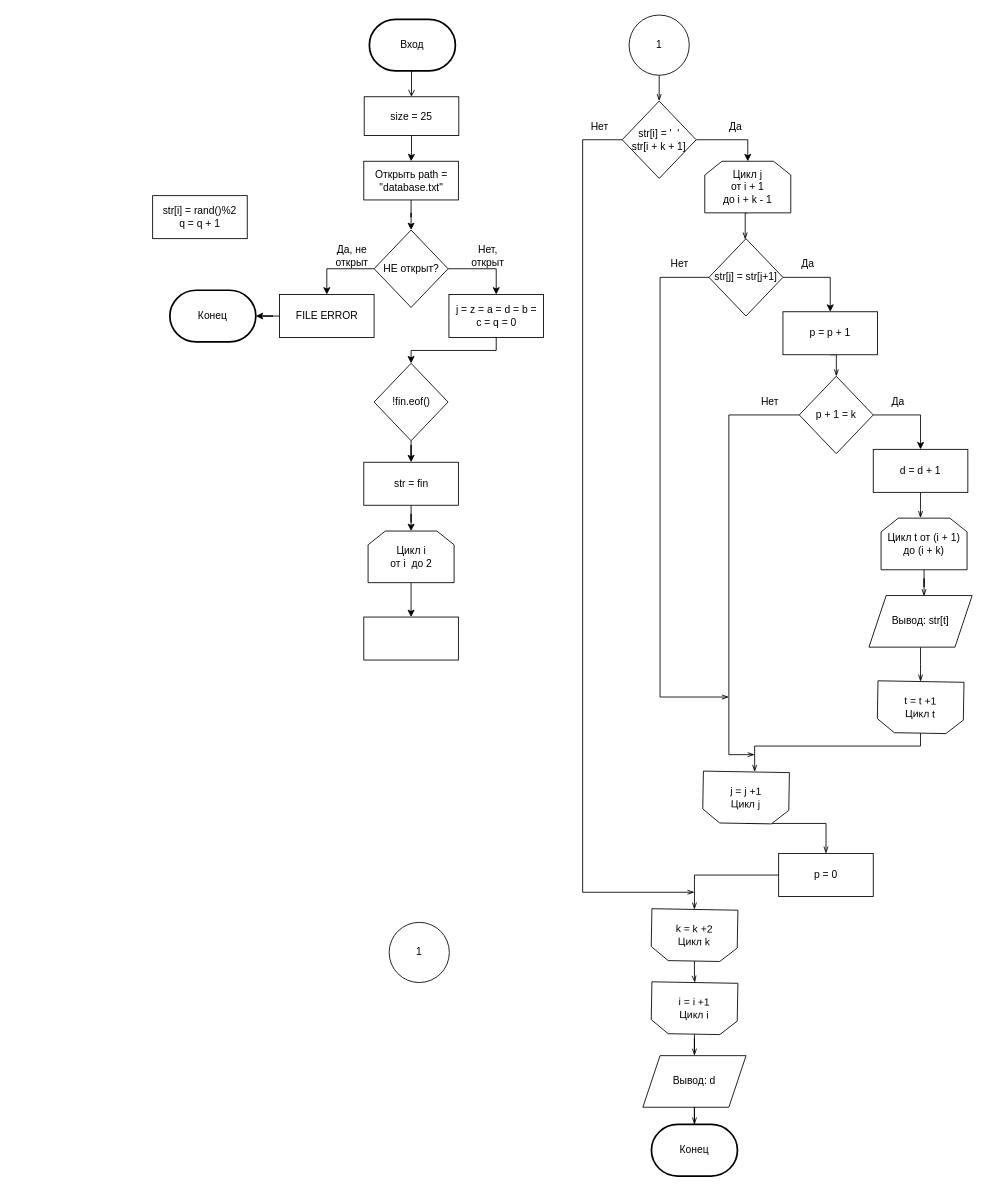
This is laba7.drawio from ArgumenTiKi/labs, a draw.io file, before an edit. Source tidied: cells renumbered, new cells numbered last; positions are measured from the earlier drawing's top-left corner, leaving out a move shared by most shapes. Both pictures are drawn from the tidied source at 86%, with x=0, y=0 at pixel (152, 15).
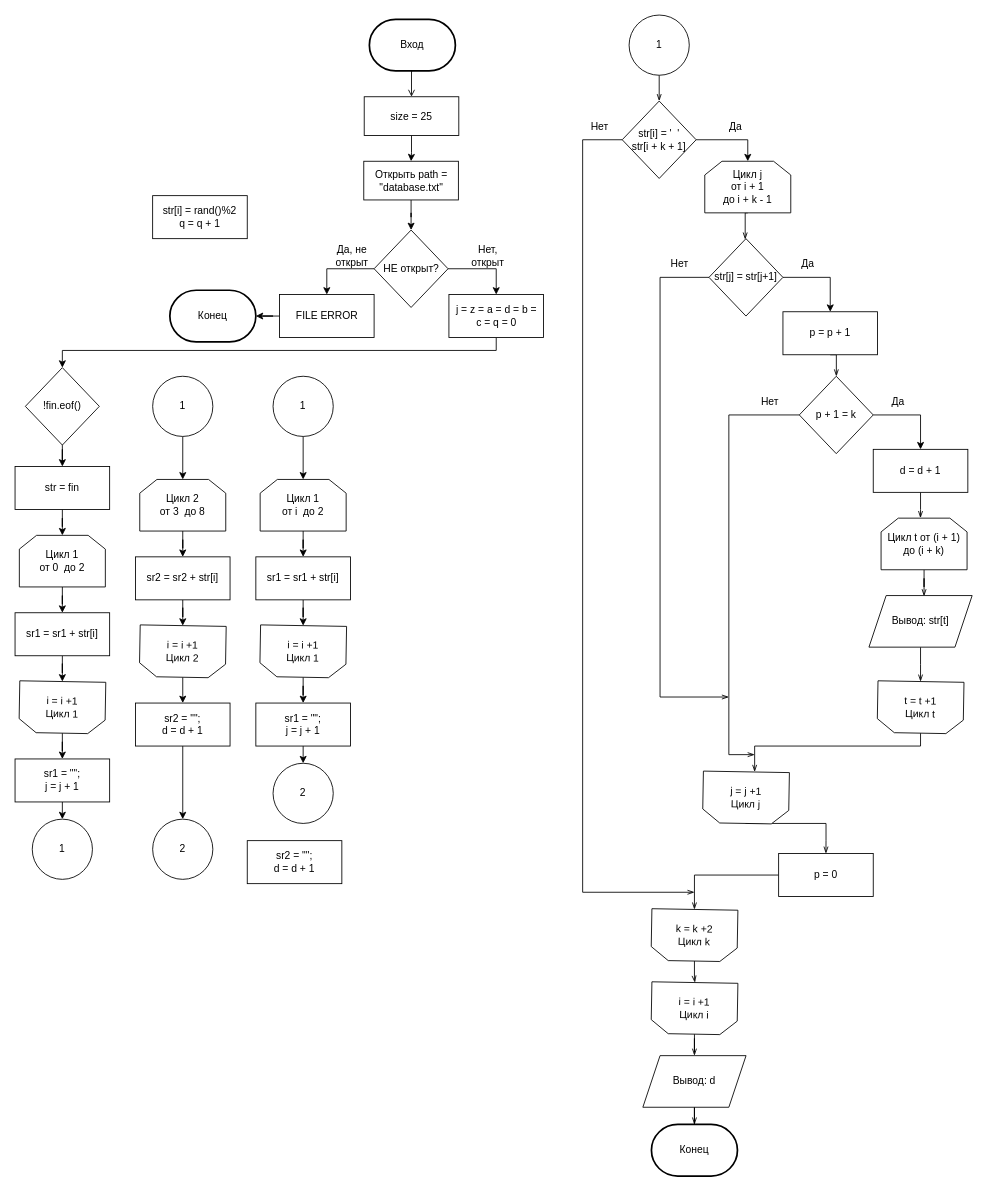
Above is the later version.

The change refers to these unchanged cells:
```xml
<mxCell id="52" value="j = z = a = d = b = &lt;br&gt;c = q = 0" style="rounded=0;whiteSpace=wrap;html=1;" parent="1" vertex="1">
  <mxGeometry x="344.5" y="325" width="110" height="50" as="geometry" />
</mxCell>
```

What changed in the source:
```diff
@@
+    <mxCell id="71" style="edgeStyle=orthogonalEdgeStyle;rounded=0;jettySize=auto;html=1;" parent="1" edge="1" source="5" target="78">
+      <mxGeometry relative="1" as="geometry" />
+    </mxCell>
     <mxCell id="5" value="1" style="ellipse;whiteSpace=wrap;html=1;" parent="1" vertex="1">
-      <mxGeometry x="275" y="1055" width="70" height="70" as="geometry" />
+      <mxGeometry y="420" width="70" height="70" as="geometry" />
     </mxCell>
@@
     <mxCell id="51" style="edgeStyle=orthogonalEdgeStyle;rounded=0;jettySize=auto;html=1;entryX=0;entryY=0.5;entryDx=0;entryDy=0;" parent="1" edge="1" source="52" target="65">
       <mxGeometry relative="1" as="geometry">
         <Array as="points">
           <mxPoint x="400" y="390" />
-          <mxPoint x="300" y="390" />
+          <mxPoint x="-105" y="390" />
         </Array>
       </mxGeometry>
     </mxCell>
@@
     <mxCell id="65" value="!fin.eof()" style="rhombus;whiteSpace=wrap;html=1;direction=south;" parent="1" vertex="1">
-      <mxGeometry x="257.5" y="405" width="86" height="90" as="geometry" />
+      <mxGeometry x="-148" y="410" width="86" height="90" as="geometry" />
     </mxCell>
@@
     <mxCell id="67" value="str = fin" style="rounded=0;whiteSpace=wrap;html=1;" parent="1" vertex="1">
-      <mxGeometry x="245.5" y="520" width="110" height="50" as="geometry" />
+      <mxGeometry x="-160" y="525" width="110" height="50" as="geometry" />
     </mxCell>
@@
-    <mxCell id="69" value="Цикл i&lt;br&gt;от i&amp;nbsp; до 2" style="shape=loopLimit;whiteSpace=wrap;html=1;" parent="1" vertex="1">
-      <mxGeometry x="250.5" y="600" width="100" height="60" as="geometry" />
+    <mxCell id="69" value="Цикл 1&lt;br&gt;от 0&amp;nbsp; до 2" style="shape=loopLimit;whiteSpace=wrap;html=1;" parent="1" vertex="1">
+      <mxGeometry x="-155" y="605" width="100" height="60" as="geometry" />
     </mxCell>
+    <mxCell id="72" style="edgeStyle=orthogonalEdgeStyle;rounded=0;jettySize=auto;html=1;" parent="1" edge="1" source="70" target="74">
+      <mxGeometry relative="1" as="geometry" />
+    </mxCell>
-    <mxCell id="70" style="rounded=0;whiteSpace=wrap;html=1;" parent="1" vertex="1">
-      <mxGeometry x="245.5" y="700" width="110" height="50" as="geometry" />
+    <mxCell id="70" value="sr1 = sr1 + str[i]" style="rounded=0;whiteSpace=wrap;html=1;" parent="1" vertex="1">
+      <mxGeometry x="-160" y="695" width="110" height="50" as="geometry" />
     </mxCell>
+    <mxCell id="73" style="edgeStyle=orthogonalEdgeStyle;rounded=0;jettySize=auto;html=1;" parent="1" edge="1" source="74" target="76">
+      <mxGeometry relative="1" as="geometry" />
+    </mxCell>
+    <mxCell id="74" value="i = i +1&lt;br&gt;Цикл 1" style="shape=loopLimit;whiteSpace=wrap;html=1;rotation=1;flipV=1;" parent="1" vertex="1">
+      <mxGeometry x="-155" y="775" width="100" height="60" as="geometry" />
+    </mxCell>
+    <mxCell id="75" style="edgeStyle=orthogonalEdgeStyle;rounded=0;jettySize=auto;html=1;exitX=0.5;exitY=1;exitDx=0;exitDy=0;entryX=0.5;entryY=0;entryDx=0;entryDy=0;" parent="1" edge="1" source="76" target="85">
+      <mxGeometry relative="1" as="geometry" />
+    </mxCell>
+    <mxCell id="76" value="sr1 = &quot;&quot;;&lt;br&gt;j = j + 1" style="rounded=0;whiteSpace=wrap;html=1;" parent="1" vertex="1">
+      <mxGeometry x="-160" y="865" width="110" height="50" as="geometry" />
+    </mxCell>
+    <mxCell id="77" style="edgeStyle=orthogonalEdgeStyle;rounded=0;jettySize=auto;html=1;" parent="1" edge="1" source="78" target="80">
+      <mxGeometry relative="1" as="geometry" />
+    </mxCell>
+    <mxCell id="78" value="Цикл 2&lt;br&gt;от 3&amp;nbsp; до 8" style="shape=loopLimit;whiteSpace=wrap;html=1;" parent="1" vertex="1">
+      <mxGeometry x="-15" y="540" width="100" height="60" as="geometry" />
+    </mxCell>
+    <mxCell id="79" style="edgeStyle=orthogonalEdgeStyle;rounded=0;jettySize=auto;html=1;" parent="1" edge="1" source="80" target="82">
+      <mxGeometry relative="1" as="geometry" />
+    </mxCell>
+    <mxCell id="80" value="sr2 = sr2 + str[i]" style="rounded=0;whiteSpace=wrap;html=1;" parent="1" vertex="1">
+      <mxGeometry x="-20" y="630" width="110" height="50" as="geometry" />
+    </mxCell>
+    <mxCell id="81" style="edgeStyle=orthogonalEdgeStyle;rounded=0;jettySize=auto;html=1;" parent="1" edge="1" source="82" target="84">
+      <mxGeometry relative="1" as="geometry" />
+    </mxCell>
+    <mxCell id="82" value="i = i +1&lt;br&gt;Цикл 2" style="shape=loopLimit;whiteSpace=wrap;html=1;rotation=1;flipV=1;" parent="1" vertex="1">
+      <mxGeometry x="-15" y="710" width="100" height="60" as="geometry" />
+    </mxCell>
+    <mxCell id="83" style="edgeStyle=orthogonalEdgeStyle;rounded=0;jettySize=auto;html=1;exitX=0.5;exitY=1;exitDx=0;exitDy=0;entryX=0.5;entryY=0;entryDx=0;entryDy=0;" parent="1" edge="1" source="84" target="86">
+      <mxGeometry relative="1" as="geometry" />
+    </mxCell>
+    <mxCell id="84" value="sr2 = &quot;&quot;;&lt;br&gt;d = d + 1" style="rounded=0;whiteSpace=wrap;html=1;" parent="1" vertex="1">
+      <mxGeometry x="-20" y="800" width="110" height="50" as="geometry" />
+    </mxCell>
+    <mxCell id="85" value="1" style="ellipse;whiteSpace=wrap;html=1;" parent="1" vertex="1">
+      <mxGeometry x="-140" y="935" width="70" height="70" as="geometry" />
+    </mxCell>
+    <mxCell id="86" value="2" style="ellipse;whiteSpace=wrap;html=1;" parent="1" vertex="1">
+      <mxGeometry y="935" width="70" height="70" as="geometry" />
+    </mxCell>
+    <mxCell id="87" style="edgeStyle=orthogonalEdgeStyle;rounded=0;jettySize=auto;html=1;" parent="1" edge="1" source="88" target="90">
+      <mxGeometry relative="1" as="geometry" />
+    </mxCell>
+    <mxCell id="88" value="1" style="ellipse;whiteSpace=wrap;html=1;" parent="1" vertex="1">
+      <mxGeometry x="140" y="420" width="70" height="70" as="geometry" />
+    </mxCell>
+    <mxCell id="89" style="edgeStyle=orthogonalEdgeStyle;rounded=0;jettySize=auto;html=1;" parent="1" edge="1" source="90" target="92">
+      <mxGeometry relative="1" as="geometry" />
+    </mxCell>
+    <mxCell id="90" value="Цикл 1&lt;br&gt;от i&amp;nbsp; до 2" style="shape=loopLimit;whiteSpace=wrap;html=1;" parent="1" vertex="1">
+      <mxGeometry x="125" y="540" width="100" height="60" as="geometry" />
+    </mxCell>
+    <mxCell id="91" style="edgeStyle=orthogonalEdgeStyle;rounded=0;jettySize=auto;html=1;" parent="1" edge="1" source="92" target="94">
+      <mxGeometry relative="1" as="geometry" />
+    </mxCell>
+    <mxCell id="92" value="sr1 = sr1 + str[i]" style="rounded=0;whiteSpace=wrap;html=1;" parent="1" vertex="1">
+      <mxGeometry x="120" y="630" width="110" height="50" as="geometry" />
+    </mxCell>
+    <mxCell id="93" style="edgeStyle=orthogonalEdgeStyle;rounded=0;jettySize=auto;html=1;" parent="1" edge="1" source="94" target="96">
+      <mxGeometry relative="1" as="geometry" />
+    </mxCell>
+    <mxCell id="94" value="i = i +1&lt;br&gt;Цикл 1" style="shape=loopLimit;whiteSpace=wrap;html=1;rotation=1;flipV=1;" parent="1" vertex="1">
+      <mxGeometry x="125" y="710" width="100" height="60" as="geometry" />
+    </mxCell>
+    <mxCell id="95" style="edgeStyle=orthogonalEdgeStyle;rounded=0;jettySize=auto;html=1;exitX=0.5;exitY=1;exitDx=0;exitDy=0;entryX=0.5;entryY=0;entryDx=0;entryDy=0;" parent="1" edge="1" source="96" target="97">
+      <mxGeometry relative="1" as="geometry" />
+    </mxCell>
+    <mxCell id="96" value="sr1 = &quot;&quot;;&lt;br&gt;j = j + 1" style="rounded=0;whiteSpace=wrap;html=1;" parent="1" vertex="1">
+      <mxGeometry x="120" y="800" width="110" height="50" as="geometry" />
+    </mxCell>
+    <mxCell id="97" value="2" style="ellipse;whiteSpace=wrap;html=1;" parent="1" vertex="1">
+      <mxGeometry x="140" y="870" width="70" height="70" as="geometry" />
+    </mxCell>
+    <mxCell id="98" value="sr2 = &quot;&quot;;&lt;br&gt;d = d + 1" style="rounded=0;whiteSpace=wrap;html=1;" parent="1" vertex="1">
+      <mxGeometry x="110" y="960" width="110" height="50" as="geometry" />
+    </mxCell>
```
